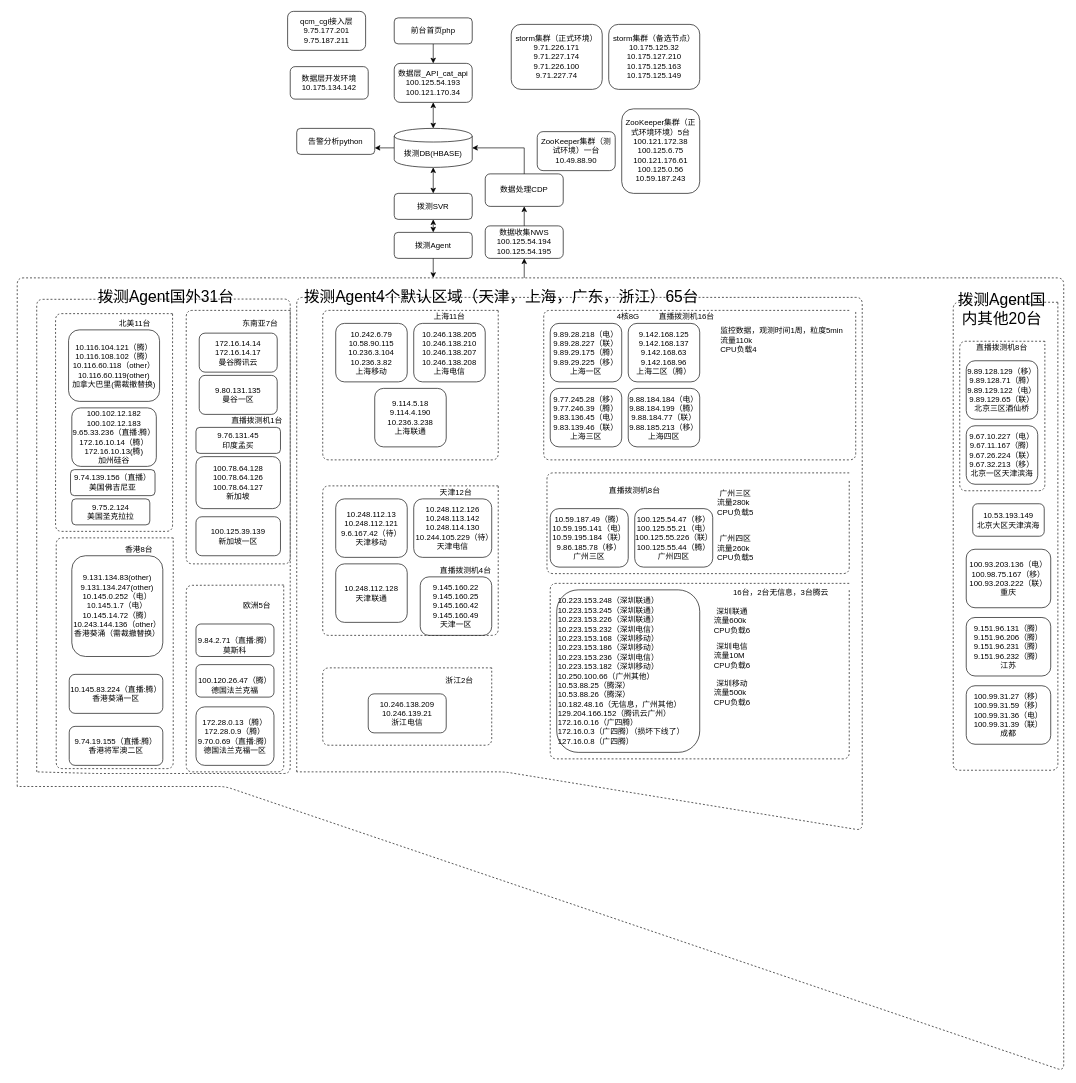
This is yun_cat_ architecture_monitor.drawio from Henryblankwu/untitled7, a draw.io file, before an edit. Source tidied: cells renumbered, new cells numbered last; positions are measured from the earlier drawing's top-left corner, leaving out a move shared by most shapes. Both pictures are drawn from the tidied source at 65%, with x=0, y=0 at pixel (17, 11).
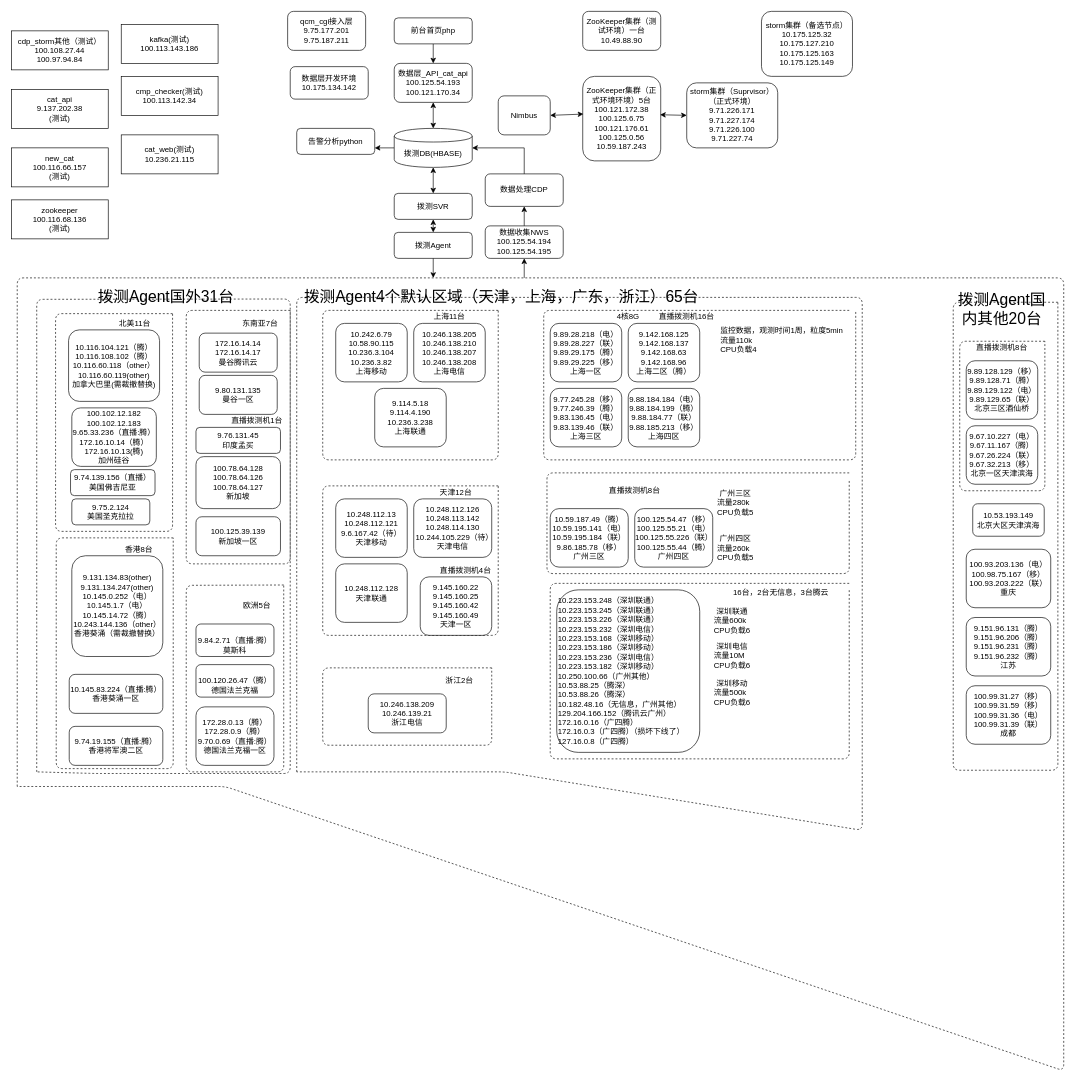
After the change.

Change to the diagram source:
```diff
@@
     <mxCell id="93" value="&lt;span&gt;ZooKeeper集群（正式环境环境）5台&lt;/span&gt;&lt;br&gt;&lt;div&gt;100.121.172.38&lt;/div&gt;&lt;div&gt;100.125.6.75&lt;/div&gt;&lt;div&gt;100.121.176.61&lt;/div&gt;&lt;div&gt;100.125.0.56&lt;/div&gt;&lt;div&gt;10.59.187.243&lt;/div&gt;" style="rounded=1;whiteSpace=wrap;html=1;" parent="1" vertex="1">
-      <mxGeometry x="930" y="150" width="120" height="130" as="geometry" />
+      <mxGeometry x="870" y="100" width="120" height="130" as="geometry" />
     </mxCell>
     <mxCell id="94" value="&lt;span&gt;ZooKeeper集群（测试环境）一台&lt;/span&gt;&lt;br&gt;&lt;span&gt;10.49.88.90&lt;/span&gt;" style="rounded=1;whiteSpace=wrap;html=1;" parent="1" vertex="1">
-      <mxGeometry x="800" y="185" width="120" height="60" as="geometry" />
+      <mxGeometry x="870" width="120" height="60" as="geometry" />
     </mxCell>
     <mxCell id="95" value="&lt;div&gt;storm集群（备选节点）&lt;/div&gt;&lt;div&gt;10.175.125.32&lt;/div&gt;&lt;div&gt;10.175.127.210&lt;/div&gt;&lt;div&gt;10.175.125.163&lt;/div&gt;&lt;div&gt;10.175.125.149&lt;/div&gt;" style="rounded=1;whiteSpace=wrap;html=1;" parent="1" vertex="1">
-      <mxGeometry x="910" y="20" width="140" height="100" as="geometry" />
+      <mxGeometry x="1145" width="140" height="100" as="geometry" />
     </mxCell>
-    <mxCell id="96" value="&lt;div&gt;storm集群（正式环境）&lt;/div&gt;&lt;div&gt;&lt;div&gt;9.71.226.171&lt;/div&gt;&lt;div&gt;9.71.227.174&lt;/div&gt;&lt;div&gt;9.71.226.100&lt;/div&gt;&lt;div&gt;9.71.227.74&lt;/div&gt;&lt;/div&gt;" style="rounded=1;whiteSpace=wrap;html=1;" parent="1" vertex="1">
-      <mxGeometry x="760" y="20" width="140" height="100" as="geometry" />
+    <mxCell id="96" value="&lt;div&gt;storm集群（Suprvisor）（正式环境）&lt;/div&gt;&lt;div&gt;&lt;div&gt;9.71.226.171&lt;/div&gt;&lt;div&gt;9.71.227.174&lt;/div&gt;&lt;div&gt;9.71.226.100&lt;/div&gt;&lt;div&gt;9.71.227.74&lt;/div&gt;&lt;/div&gt;" style="rounded=1;whiteSpace=wrap;html=1;" parent="1" vertex="1">
+      <mxGeometry x="1030" y="110" width="140" height="100" as="geometry" />
     </mxCell>
@@
+    <mxCell id="99" value="Nimbus" style="rounded=1;whiteSpace=wrap;html=1;" parent="1" vertex="1">
+      <mxGeometry x="740" y="130" width="80" height="60" as="geometry" />
+    </mxCell>
+    <mxCell id="100" style="endArrow=classic;startArrow=classic;html=1;exitX=1;exitY=0.5;exitDx=0;exitDy=0;" parent="1" edge="1" source="99">
+      <mxGeometry relative="1" as="geometry">
+        <mxPoint x="871" y="158" as="targetPoint" />
+      </mxGeometry>
+    </mxCell>
+    <mxCell id="101" style="endArrow=classic;startArrow=classic;html=1;entryX=0;entryY=0.5;entryDx=0;entryDy=0;exitX=0.992;exitY=0.454;exitDx=0;exitDy=0;exitPerimeter=0;" parent="1" edge="1" source="93" target="96">
+      <mxGeometry relative="1" as="geometry" />
+    </mxCell>
+    <mxCell id="102" value="cdp_storm其他（测试）&lt;br&gt;100.108.27.44&lt;br&gt;100.97.94.84" style="rounded=0;whiteSpace=wrap;html=1;" parent="1" vertex="1">
+      <mxGeometry x="-9" y="30" width="149" height="60" as="geometry" />
+    </mxCell>
+    <mxCell id="103" value="cat_api&lt;br&gt;9.137.202.38&lt;br&gt;(测试)" style="rounded=0;whiteSpace=wrap;html=1;" parent="1" vertex="1">
+      <mxGeometry x="-9" y="120" width="149" height="60" as="geometry" />
+    </mxCell>
+    <mxCell id="104" value="new_cat&lt;br&gt;100.116.66.157&lt;br&gt;(测试)" style="rounded=0;whiteSpace=wrap;html=1;" parent="1" vertex="1">
+      <mxGeometry x="-9" y="210" width="149" height="60" as="geometry" />
+    </mxCell>
+    <mxCell id="105" value="zookeeper&lt;br&gt;100.116.68.136&lt;br&gt;(测试)" style="rounded=0;whiteSpace=wrap;html=1;" parent="1" vertex="1">
+      <mxGeometry x="-9" y="290" width="149" height="60" as="geometry" />
+    </mxCell>
+    <mxCell id="106" value="kafka(测试)&lt;br&gt;100.113.143.186" style="rounded=0;whiteSpace=wrap;html=1;" parent="1" vertex="1">
+      <mxGeometry x="160" y="20" width="149" height="60" as="geometry" />
+    </mxCell>
+    <mxCell id="107" value="cmp_checker(测试)&lt;br&gt;100.113.142.34" style="rounded=0;whiteSpace=wrap;html=1;" parent="1" vertex="1">
+      <mxGeometry x="160" y="100" width="149" height="60" as="geometry" />
+    </mxCell>
+    <mxCell id="108" value="cat_web(测试)&lt;br&gt;10.236.21.115" style="rounded=0;whiteSpace=wrap;html=1;" parent="1" vertex="1">
+      <mxGeometry x="160" y="190" width="149" height="60" as="geometry" />
+    </mxCell>
```
